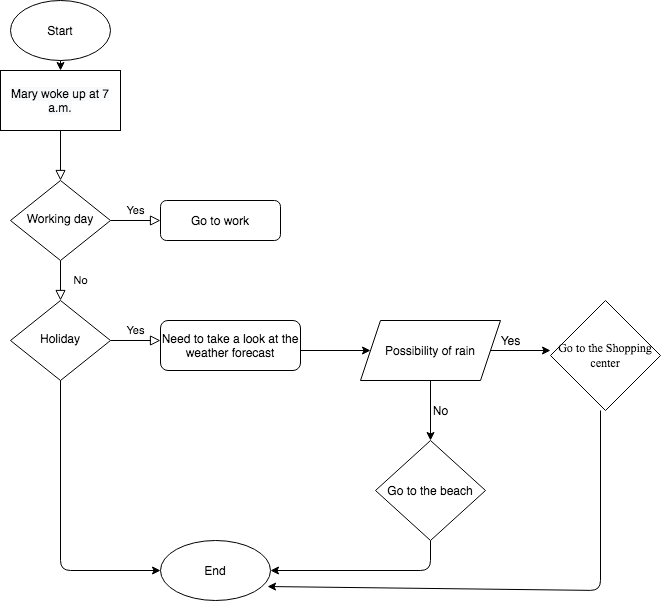
Before: Assign2.png, a diagram exported from draw.io (SuzannaO/Homework-FlowChart). Source tidied: cells renumbered, new cells last; positions are measured from the earlier drawing's top-left corner, leaving out a move shared by most shapes. Source of this version:
```xml
<mxGraphModel>
  <root>
    <mxCell id="0" />
    <mxCell id="1" parent="0" />
    <mxCell id="2" style="rounded=0;html=1;jettySize=auto;fontSize=11;endArrow=block;endFill=0;endSize=8;strokeWidth=1;shadow=0;labelBackgroundColor=none;edgeStyle=orthogonalEdgeStyle;" parent="1" edge="1" target="5">
      <mxGeometry relative="1" as="geometry">
        <mxPoint x="60" y="130" as="sourcePoint" />
      </mxGeometry>
    </mxCell>
    <mxCell id="3" value="No" style="rounded=0;html=1;jettySize=auto;fontSize=11;endArrow=block;endFill=0;endSize=8;strokeWidth=1;shadow=0;labelBackgroundColor=none;edgeStyle=orthogonalEdgeStyle;" parent="1" edge="1" source="5" target="8">
      <mxGeometry y="20" relative="1" as="geometry" />
    </mxCell>
    <mxCell id="4" value="Yes" style="edgeStyle=orthogonalEdgeStyle;rounded=0;html=1;jettySize=auto;fontSize=11;endArrow=block;endFill=0;endSize=8;strokeWidth=1;shadow=0;labelBackgroundColor=none;" parent="1" edge="1" source="5" target="6">
      <mxGeometry y="10" relative="1" as="geometry" />
    </mxCell>
    <mxCell id="5" value="Working day" style="rhombus;whiteSpace=wrap;html=1;shadow=0;fontFamily=Helvetica;fontSize=12;align=center;strokeWidth=1;spacing=6;spacingTop=-4;" parent="1" vertex="1">
      <mxGeometry x="10" y="180" width="100" height="80" as="geometry" />
    </mxCell>
    <mxCell id="6" value="Go to work" style="rounded=1;whiteSpace=wrap;html=1;fontSize=12;glass=0;strokeWidth=1;shadow=0;" parent="1" vertex="1">
      <mxGeometry x="160" y="200" width="120" height="40" as="geometry" />
    </mxCell>
    <mxCell id="7" value="Yes" style="edgeStyle=orthogonalEdgeStyle;rounded=0;html=1;jettySize=auto;fontSize=11;endArrow=block;endFill=0;endSize=8;strokeWidth=1;shadow=0;labelBackgroundColor=none;" parent="1" edge="1" source="8" target="9">
      <mxGeometry y="10" relative="1" as="geometry">
        <Array as="points">
          <mxPoint x="150" y="340" />
          <mxPoint x="150" y="340" />
        </Array>
      </mxGeometry>
    </mxCell>
    <mxCell id="8" value="Holiday" style="rhombus;whiteSpace=wrap;html=1;shadow=0;fontFamily=Helvetica;fontSize=12;align=center;strokeWidth=1;spacing=6;spacingTop=-4;" parent="1" vertex="1">
      <mxGeometry x="10" y="300" width="100" height="80" as="geometry" />
    </mxCell>
    <mxCell id="9" value="&lt;p class=&quot;p1&quot; style=&quot;margin: 0px ; font-stretch: normal ; line-height: normal&quot;&gt;&lt;span class=&quot;s1&quot;&gt;Need to take a look at the weather forecast&lt;/span&gt;&lt;/p&gt;" style="rounded=1;whiteSpace=wrap;html=1;fontSize=12;glass=0;strokeWidth=1;shadow=0;align=center;" parent="1" vertex="1">
      <mxGeometry x="160" y="320" width="140" height="50" as="geometry" />
    </mxCell>
    <mxCell id="10" style="endArrow=classic;html=1;" parent="1" edge="1">
      <mxGeometry relative="1" as="geometry">
        <mxPoint x="300" y="350" as="sourcePoint" />
        <mxPoint x="370" y="350" as="targetPoint" />
      </mxGeometry>
    </mxCell>
    <mxCell id="11" value="&lt;p class=&quot;p1&quot; style=&quot;margin: 0px ; text-align: justify ; font-stretch: normal ; line-height: normal&quot;&gt;&lt;span class=&quot;s1&quot;&gt;Possibility of rain&lt;/span&gt;&lt;/p&gt;" style="shape=parallelogram;perimeter=parallelogramPerimeter;whiteSpace=wrap;html=1;fixedSize=1;align=center;" parent="1" vertex="1">
      <mxGeometry x="360" y="320" width="140" height="60" as="geometry" />
    </mxCell>
    <mxCell id="12" style="endArrow=classic;html=1;" parent="1" edge="1">
      <mxGeometry relative="1" as="geometry">
        <mxPoint x="490" y="350" as="sourcePoint" />
        <mxPoint x="550" y="350" as="targetPoint" />
      </mxGeometry>
    </mxCell>
    <mxCell id="13" value="Yes" style="text;html=1;align=center;verticalAlign=middle;strokeColor=none;fillColor=none;" parent="1" vertex="1">
      <mxGeometry x="490" y="330" width="40" height="20" as="geometry" />
    </mxCell>
    <mxCell id="14" style="endArrow=classic;html=1;" parent="1" edge="1">
      <mxGeometry relative="1" as="geometry">
        <mxPoint x="430" y="380" as="sourcePoint" />
        <mxPoint x="430" y="440" as="targetPoint" />
      </mxGeometry>
    </mxCell>
    <mxCell id="15" value="No" style="text;html=1;align=center;verticalAlign=middle;strokeColor=none;fillColor=none;" parent="1" vertex="1">
      <mxGeometry x="425" y="400" width="30" height="20" as="geometry" />
    </mxCell>
    <mxCell id="16" value="&lt;p class=&quot;p1&quot; style=&quot;margin: 0px ; font-stretch: normal ; line-height: normal ; font-family: &amp;#34;times new roman&amp;#34;&quot;&gt;&lt;span class=&quot;s1&quot;&gt;Go to the Shopping center&lt;/span&gt;&lt;/p&gt;" style="rhombus;whiteSpace=wrap;html=1;align=center;" parent="1" vertex="1">
      <mxGeometry x="550" y="300" width="110" height="110" as="geometry" />
    </mxCell>
    <mxCell id="17" value="&lt;p class=&quot;p1&quot; style=&quot;margin: 0px ; text-align: justify ; font-stretch: normal ; line-height: normal&quot;&gt;&lt;span class=&quot;s1&quot;&gt;Go to the beach&lt;/span&gt;&lt;/p&gt;" style="rhombus;whiteSpace=wrap;html=1;" parent="1" vertex="1">
      <mxGeometry x="375" y="440" width="110" height="100" as="geometry" />
    </mxCell>
    <mxCell id="18" value="&lt;meta charset=&quot;utf-8&quot;&gt;&lt;span style=&quot;color: rgb(0, 0, 0); font-family: helvetica; font-size: 12px; font-style: normal; font-weight: 400; letter-spacing: normal; text-align: center; text-indent: 0px; text-transform: none; word-spacing: 0px; background-color: rgb(248, 249, 250); display: inline; float: none;&quot;&gt;Mary woke up at 7 a.m.&lt;/span&gt;" style="rounded=0;whiteSpace=wrap;html=1;" parent="1" vertex="1">
      <mxGeometry y="70" width="120" height="60" as="geometry" />
    </mxCell>
    <mxCell id="19" value="Start" style="ellipse;whiteSpace=wrap;html=1;" parent="1" vertex="1">
      <mxGeometry x="10" width="100" height="60" as="geometry" />
    </mxCell>
    <mxCell id="20" style="endArrow=classic;html=1;entryX=0.5;entryY=0;entryDx=0;entryDy=0;" parent="1" edge="1" target="18">
      <mxGeometry relative="1" as="geometry">
        <mxPoint x="60" y="60" as="sourcePoint" />
      </mxGeometry>
    </mxCell>
    <mxCell id="21" value="End" style="ellipse;whiteSpace=wrap;html=1;" parent="1" vertex="1">
      <mxGeometry x="160" y="540" width="110" height="60" as="geometry" />
    </mxCell>
    <mxCell id="22" style="endArrow=classic;html=1;entryX=0;entryY=0.5;entryDx=0;entryDy=0;" parent="1" edge="1" target="21">
      <mxGeometry relative="1" as="geometry">
        <mxPoint x="60" y="380" as="sourcePoint" />
        <Array as="points">
          <mxPoint x="60" y="570" />
        </Array>
      </mxGeometry>
    </mxCell>
    <mxCell id="23" style="endArrow=classic;html=1;entryX=1;entryY=0.5;entryDx=0;entryDy=0;" parent="1" edge="1" target="21">
      <mxGeometry relative="1" as="geometry">
        <mxPoint x="430" y="540" as="sourcePoint" />
        <Array as="points">
          <mxPoint x="430" y="570" />
        </Array>
      </mxGeometry>
    </mxCell>
    <mxCell id="24" style="endArrow=classic;html=1;entryX=0.973;entryY=0.767;entryDx=0;entryDy=0;entryPerimeter=0;" parent="1" edge="1" target="21">
      <mxGeometry relative="1" as="geometry">
        <mxPoint x="600" y="410" as="sourcePoint" />
        <Array as="points">
          <mxPoint x="600" y="590" />
        </Array>
      </mxGeometry>
    </mxCell>
  </root>
</mxGraphModel>
```
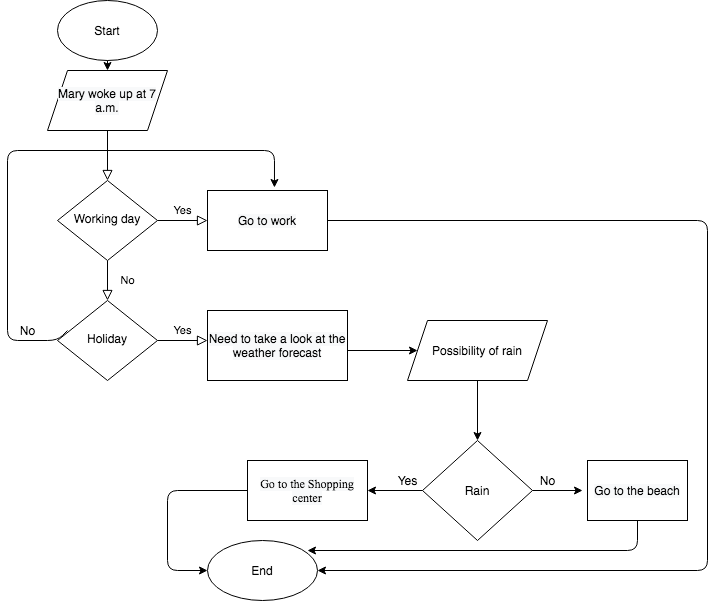
Above is the later version.

What changed in the source:
```diff
@@ -10,17 +10,17 @@
     <mxCell id="3" value="No" style="rounded=0;html=1;jettySize=auto;fontSize=11;endArrow=block;endFill=0;endSize=8;strokeWidth=1;shadow=0;labelBackgroundColor=none;edgeStyle=orthogonalEdgeStyle;" parent="1" edge="1" source="5" target="8">
       <mxGeometry y="20" relative="1" as="geometry" />
     </mxCell>
-    <mxCell id="4" value="Yes" style="edgeStyle=orthogonalEdgeStyle;rounded=0;html=1;jettySize=auto;fontSize=11;endArrow=block;endFill=0;endSize=8;strokeWidth=1;shadow=0;labelBackgroundColor=none;" parent="1" edge="1" source="5" target="6">
-      <mxGeometry y="10" relative="1" as="geometry" />
+    <mxCell id="4" value="Yes" style="edgeStyle=orthogonalEdgeStyle;rounded=0;html=1;jettySize=auto;fontSize=11;endArrow=block;endFill=0;endSize=8;strokeWidth=1;shadow=0;labelBackgroundColor=none;" parent="1" edge="1" source="5">
+      <mxGeometry y="10" relative="1" as="geometry">
+        <mxPoint x="160" y="220" as="targetPoint" />
+      </mxGeometry>
     </mxCell>
     <mxCell id="5" value="Working day" style="rhombus;whiteSpace=wrap;html=1;shadow=0;fontFamily=Helvetica;fontSize=12;align=center;strokeWidth=1;spacing=6;spacingTop=-4;" parent="1" vertex="1">
       <mxGeometry x="10" y="180" width="100" height="80" as="geometry" />
     </mxCell>
-    <mxCell id="6" value="Go to work" style="rounded=1;whiteSpace=wrap;html=1;fontSize=12;glass=0;strokeWidth=1;shadow=0;" parent="1" vertex="1">
-      <mxGeometry x="160" y="200" width="120" height="40" as="geometry" />
-    </mxCell>
-    <mxCell id="7" value="Yes" style="edgeStyle=orthogonalEdgeStyle;rounded=0;html=1;jettySize=auto;fontSize=11;endArrow=block;endFill=0;endSize=8;strokeWidth=1;shadow=0;labelBackgroundColor=none;" parent="1" edge="1" source="8" target="9">
+    <mxCell id="7" value="Yes" style="edgeStyle=orthogonalEdgeStyle;rounded=0;html=1;jettySize=auto;fontSize=11;endArrow=block;endFill=0;endSize=8;strokeWidth=1;shadow=0;labelBackgroundColor=none;" parent="1" edge="1" source="8">
       <mxGeometry y="10" relative="1" as="geometry">
+        <mxPoint x="160" y="340" as="targetPoint" />
         <Array as="points">
           <mxPoint x="150" y="340" />
           <mxPoint x="150" y="340" />
@@ -30,9 +30,6 @@
     <mxCell id="8" value="Holiday" style="rhombus;whiteSpace=wrap;html=1;shadow=0;fontFamily=Helvetica;fontSize=12;align=center;strokeWidth=1;spacing=6;spacingTop=-4;" parent="1" vertex="1">
       <mxGeometry x="10" y="300" width="100" height="80" as="geometry" />
     </mxCell>
-    <mxCell id="9" value="&lt;p class=&quot;p1&quot; style=&quot;margin: 0px ; font-stretch: normal ; line-height: normal&quot;&gt;&lt;span class=&quot;s1&quot;&gt;Need to take a look at the weather forecast&lt;/span&gt;&lt;/p&gt;" style="rounded=1;whiteSpace=wrap;html=1;fontSize=12;glass=0;strokeWidth=1;shadow=0;align=center;" parent="1" vertex="1">
-      <mxGeometry x="160" y="320" width="140" height="50" as="geometry" />
-    </mxCell>
     <mxCell id="10" style="endArrow=classic;html=1;" parent="1" edge="1">
       <mxGeometry relative="1" as="geometry">
         <mxPoint x="300" y="350" as="sourcePoint" />
@@ -42,67 +39,100 @@
     <mxCell id="11" value="&lt;p class=&quot;p1&quot; style=&quot;margin: 0px ; text-align: justify ; font-stretch: normal ; line-height: normal&quot;&gt;&lt;span class=&quot;s1&quot;&gt;Possibility of rain&lt;/span&gt;&lt;/p&gt;" style="shape=parallelogram;perimeter=parallelogramPerimeter;whiteSpace=wrap;html=1;fixedSize=1;align=center;" parent="1" vertex="1">
       <mxGeometry x="360" y="320" width="140" height="60" as="geometry" />
     </mxCell>
-    <mxCell id="12" style="endArrow=classic;html=1;" parent="1" edge="1">
-      <mxGeometry relative="1" as="geometry">
-        <mxPoint x="490" y="350" as="sourcePoint" />
-        <mxPoint x="550" y="350" as="targetPoint" />
-      </mxGeometry>
-    </mxCell>
-    <mxCell id="13" value="Yes" style="text;html=1;align=center;verticalAlign=middle;strokeColor=none;fillColor=none;" parent="1" vertex="1">
-      <mxGeometry x="490" y="330" width="40" height="20" as="geometry" />
-    </mxCell>
     <mxCell id="14" style="endArrow=classic;html=1;" parent="1" edge="1">
       <mxGeometry relative="1" as="geometry">
         <mxPoint x="430" y="380" as="sourcePoint" />
         <mxPoint x="430" y="440" as="targetPoint" />
       </mxGeometry>
     </mxCell>
-    <mxCell id="15" value="No" style="text;html=1;align=center;verticalAlign=middle;strokeColor=none;fillColor=none;" parent="1" vertex="1">
-      <mxGeometry x="425" y="400" width="30" height="20" as="geometry" />
-    </mxCell>
-    <mxCell id="16" value="&lt;p class=&quot;p1&quot; style=&quot;margin: 0px ; font-stretch: normal ; line-height: normal ; font-family: &amp;#34;times new roman&amp;#34;&quot;&gt;&lt;span class=&quot;s1&quot;&gt;Go to the Shopping center&lt;/span&gt;&lt;/p&gt;" style="rhombus;whiteSpace=wrap;html=1;align=center;" parent="1" vertex="1">
-      <mxGeometry x="550" y="300" width="110" height="110" as="geometry" />
-    </mxCell>
-    <mxCell id="17" value="&lt;p class=&quot;p1&quot; style=&quot;margin: 0px ; text-align: justify ; font-stretch: normal ; line-height: normal&quot;&gt;&lt;span class=&quot;s1&quot;&gt;Go to the beach&lt;/span&gt;&lt;/p&gt;" style="rhombus;whiteSpace=wrap;html=1;" parent="1" vertex="1">
+    <mxCell id="17" value="&lt;p class=&quot;p1&quot; style=&quot;margin: 0px ; text-align: justify ; font-stretch: normal ; line-height: normal&quot;&gt;&lt;span class=&quot;s1&quot;&gt;Rain&lt;/span&gt;&lt;/p&gt;" style="rhombus;whiteSpace=wrap;html=1;" parent="1" vertex="1">
       <mxGeometry x="375" y="440" width="110" height="100" as="geometry" />
     </mxCell>
-    <mxCell id="18" value="&lt;meta charset=&quot;utf-8&quot;&gt;&lt;span style=&quot;color: rgb(0, 0, 0); font-family: helvetica; font-size: 12px; font-style: normal; font-weight: 400; letter-spacing: normal; text-align: center; text-indent: 0px; text-transform: none; word-spacing: 0px; background-color: rgb(248, 249, 250); display: inline; float: none;&quot;&gt;Mary woke up at 7 a.m.&lt;/span&gt;" style="rounded=0;whiteSpace=wrap;html=1;" parent="1" vertex="1">
-      <mxGeometry y="70" width="120" height="60" as="geometry" />
-    </mxCell>
     <mxCell id="19" value="Start" style="ellipse;whiteSpace=wrap;html=1;" parent="1" vertex="1">
       <mxGeometry x="10" width="100" height="60" as="geometry" />
     </mxCell>
-    <mxCell id="20" style="endArrow=classic;html=1;entryX=0.5;entryY=0;entryDx=0;entryDy=0;" parent="1" edge="1" target="18">
+    <mxCell id="20" style="endArrow=classic;html=1;entryX=0.5;entryY=0;entryDx=0;entryDy=0;" parent="1" edge="1">
       <mxGeometry relative="1" as="geometry">
         <mxPoint x="60" y="60" as="sourcePoint" />
+        <mxPoint x="60" y="70" as="targetPoint" />
       </mxGeometry>
     </mxCell>
     <mxCell id="21" value="End" style="ellipse;whiteSpace=wrap;html=1;" parent="1" vertex="1">
       <mxGeometry x="160" y="540" width="110" height="60" as="geometry" />
     </mxCell>
-    <mxCell id="22" style="endArrow=classic;html=1;entryX=0;entryY=0.5;entryDx=0;entryDy=0;" parent="1" edge="1" target="21">
-      <mxGeometry relative="1" as="geometry">
-        <mxPoint x="60" y="380" as="sourcePoint" />
-        <Array as="points">
-          <mxPoint x="60" y="570" />
-        </Array>
-      </mxGeometry>
-    </mxCell>
-    <mxCell id="23" style="endArrow=classic;html=1;entryX=1;entryY=0.5;entryDx=0;entryDy=0;" parent="1" edge="1" target="21">
-      <mxGeometry relative="1" as="geometry">
-        <mxPoint x="430" y="540" as="sourcePoint" />
-        <Array as="points">
-          <mxPoint x="430" y="570" />
-        </Array>
-      </mxGeometry>
-    </mxCell>
-    <mxCell id="24" style="endArrow=classic;html=1;entryX=0.973;entryY=0.767;entryDx=0;entryDy=0;entryPerimeter=0;" parent="1" edge="1" target="21">
-      <mxGeometry relative="1" as="geometry">
-        <mxPoint x="600" y="410" as="sourcePoint" />
-        <Array as="points">
-          <mxPoint x="600" y="590" />
-        </Array>
-      </mxGeometry>
-    </mxCell>
+    <mxCell id="18" value="&lt;meta charset=&quot;utf-8&quot;&gt;&lt;span style=&quot;color: rgb(0, 0, 0); font-family: helvetica; font-size: 12px; font-style: normal; font-weight: 400; letter-spacing: normal; text-align: center; text-indent: 0px; text-transform: none; word-spacing: 0px; background-color: rgb(248, 249, 250); display: inline; float: none;&quot;&gt;Mary woke up at 7 a.m.&lt;/span&gt;" style="shape=parallelogram;perimeter=parallelogramPerimeter;whiteSpace=wrap;html=1;fixedSize=1;" parent="1" vertex="1">
+      <mxGeometry y="70" width="120" height="60" as="geometry" />
+    </mxCell>
+    <mxCell id="25" style="endArrow=classic;html=1;entryX=0.558;entryY=-0.05;entryDx=0;entryDy=0;entryPerimeter=0;" parent="1" edge="1" target="6">
+      <mxGeometry relative="1" as="geometry">
+        <mxPoint x="20" y="330" as="sourcePoint" />
+        <Array as="points">
+          <mxPoint x="10" y="340" />
+          <mxPoint x="-40" y="340" />
+          <mxPoint x="-40" y="150" />
+          <mxPoint x="227" y="150" />
+        </Array>
+      </mxGeometry>
+    </mxCell>
+    <mxCell id="6" value="&lt;meta charset=&quot;utf-8&quot;&gt;&lt;span style=&quot;color: rgb(0, 0, 0); font-family: helvetica; font-size: 12px; font-style: normal; font-weight: 400; letter-spacing: normal; text-align: center; text-indent: 0px; text-transform: none; word-spacing: 0px; background-color: rgb(248, 249, 250); display: inline; float: none;&quot;&gt;Go to work&lt;/span&gt;" style="rounded=0;whiteSpace=wrap;html=1;" parent="1" vertex="1">
+      <mxGeometry x="160" y="190" width="120" height="60" as="geometry" />
+    </mxCell>
+    <mxCell id="9" value="&lt;meta charset=&quot;utf-8&quot;&gt;&lt;span style=&quot;color: rgb(0, 0, 0); font-family: helvetica; font-size: 12px; font-style: normal; font-weight: 400; letter-spacing: normal; text-align: center; text-indent: 0px; text-transform: none; word-spacing: 0px; background-color: rgb(248, 249, 250); display: inline; float: none;&quot;&gt;Need to take a look at the weather forecast&lt;/span&gt;" style="rounded=0;whiteSpace=wrap;html=1;" parent="1" vertex="1">
+      <mxGeometry x="160" y="310" width="140" height="70" as="geometry" />
+    </mxCell>
+    <mxCell id="26" style="endArrow=classic;html=1;" parent="1" edge="1">
+      <mxGeometry relative="1" as="geometry">
+        <mxPoint x="485" y="490" as="sourcePoint" />
+        <mxPoint x="535" y="490" as="targetPoint" />
+      </mxGeometry>
+    </mxCell>
+    <mxCell id="27" style="endArrow=classic;html=1;" parent="1" edge="1">
+      <mxGeometry relative="1" as="geometry">
+        <mxPoint x="375" y="490" as="sourcePoint" />
+        <mxPoint x="320" y="490" as="targetPoint" />
+      </mxGeometry>
+    </mxCell>
+    <mxCell id="13" value="Yes" style="text;html=1;align=center;verticalAlign=middle;strokeColor=none;fillColor=none;" parent="1" vertex="1">
+      <mxGeometry x="340" y="470" width="40" height="20" as="geometry" />
+    </mxCell>
+    <mxCell id="28" value="No" style="text;html=1;align=center;verticalAlign=middle;strokeColor=none;fillColor=none;" parent="1" vertex="1">
+      <mxGeometry x="485" y="470" width="30" height="20" as="geometry" />
+    </mxCell>
+    <mxCell id="16" value="&lt;meta charset=&quot;utf-8&quot;&gt;&lt;span style=&quot;color: rgb(0, 0, 0); font-family: &amp;quot;times new roman&amp;quot;; font-size: 12px; font-style: normal; font-weight: 400; letter-spacing: normal; text-align: center; text-indent: 0px; text-transform: none; word-spacing: 0px; background-color: rgb(248, 249, 250); display: inline; float: none;&quot;&gt;Go to the Shopping center&lt;/span&gt;" style="rounded=0;whiteSpace=wrap;html=1;" parent="1" vertex="1">
+      <mxGeometry x="200" y="460" width="120" height="60" as="geometry" />
+    </mxCell>
+    <mxCell id="29" value="&lt;meta charset=&quot;utf-8&quot;&gt;&lt;span style=&quot;color: rgb(0, 0, 0); font-family: helvetica; font-size: 12px; font-style: normal; font-weight: 400; letter-spacing: normal; text-align: justify; text-indent: 0px; text-transform: none; word-spacing: 0px; background-color: rgb(248, 249, 250); display: inline; float: none;&quot;&gt;Go to the beach&lt;/span&gt;" style="rounded=0;whiteSpace=wrap;html=1;" parent="1" vertex="1">
+      <mxGeometry x="540" y="460" width="100" height="60" as="geometry" />
+    </mxCell>
+    <mxCell id="30" style="endArrow=classic;html=1;" parent="1" edge="1">
+      <mxGeometry relative="1" as="geometry">
+        <mxPoint x="280" y="220" as="sourcePoint" />
+        <mxPoint x="270" y="570" as="targetPoint" />
+        <Array as="points">
+          <mxPoint x="660" y="220" />
+          <mxPoint x="660" y="570" />
+        </Array>
+      </mxGeometry>
+    </mxCell>
+    <mxCell id="31" style="endArrow=classic;html=1;entryX=0;entryY=0.5;entryDx=0;entryDy=0;" parent="1" edge="1" target="21">
+      <mxGeometry relative="1" as="geometry">
+        <mxPoint x="200" y="490" as="sourcePoint" />
+        <Array as="points">
+          <mxPoint x="120" y="490" />
+          <mxPoint x="120" y="570" />
+        </Array>
+      </mxGeometry>
+    </mxCell>
+    <mxCell id="32" style="endArrow=classic;html=1;exitX=0.5;exitY=1;exitDx=0;exitDy=0;" parent="1" edge="1" source="29">
+      <mxGeometry relative="1" as="geometry">
+        <mxPoint x="260" y="550" as="targetPoint" />
+        <Array as="points">
+          <mxPoint x="590" y="550" />
+        </Array>
+      </mxGeometry>
+    </mxCell>
+    <mxCell id="33" value="No" style="text;html=1;align=center;verticalAlign=middle;strokeColor=none;fillColor=none;" parent="1" vertex="1">
+      <mxGeometry x="-35" y="320" width="30" height="20" as="geometry" />
+    </mxCell>
   </root>
 </mxGraphModel>
```
